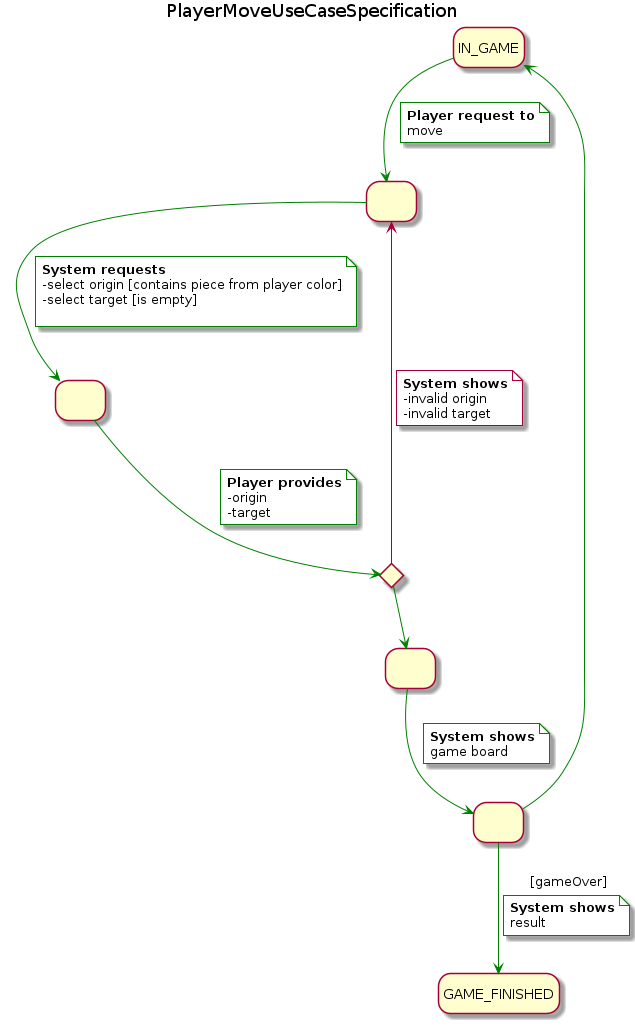
Earlier version of the PlantUML export docs/output/use-cases/specification/PlayerMoveUseCaseSpecification.png (Master-Desarrollo-20-21/patrones-diseno---practica-final---juego-de-las-damas-fraylopez).
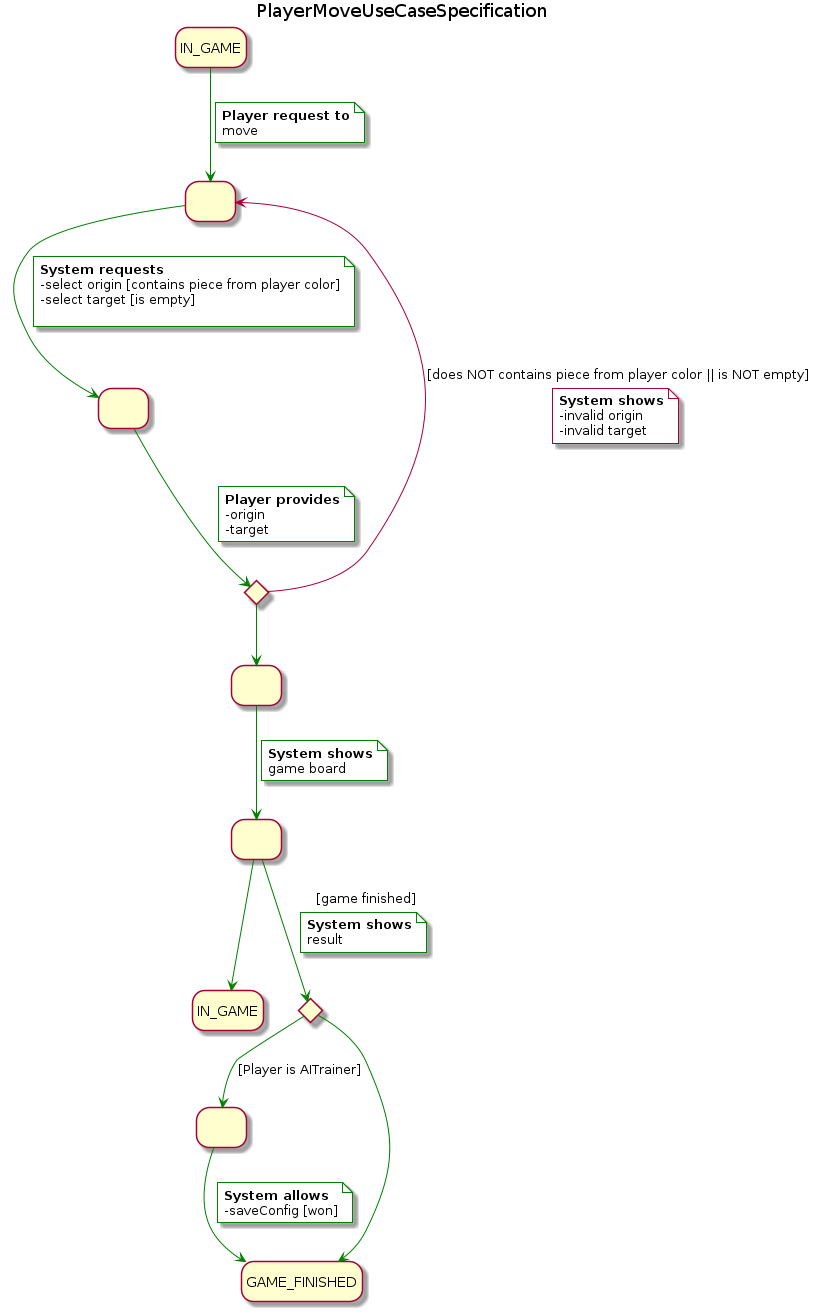
Above is the later version.

Diff of the diagram source:
```diff
@@ -3,11 +3,14 @@
 skinparam NoteBackgroundColor white
 hide empty description
 state IN_GAME as "IN_GAME"
+state IN_GAME_FINISH as "IN_GAME"
 state startedGame as " "
 state numberOfPlayers as " "
 state ifValidNumberOfPlayers <<choice>>
 state state1 as " "
 state state2 as " "
+state actorChoice <<choice>>
+state state3 as " "
 
 IN_GAME -[#green]-> startedGame
 note on link #white
@@ -27,7 +30,7 @@
   -origin
   -target
 end note
-ifValidNumberOfPlayers --> startedGame
+ifValidNumberOfPlayers --> startedGame : [does NOT contains piece from player color || is NOT empty]
 note on link
   <b>System shows
   -invalid origin
@@ -40,11 +43,18 @@
   <b>System shows
   game board
 end note
-state2 -[#green]-> GAME_FINISHED : [gameOver]
+state2 -[#green]-> actorChoice : [game finished]
 note on link
   <b>System shows
   result
 end note
-state2 -[#green]-> IN_GAME
+actorChoice -[#green]-> GAME_FINISHED
+actorChoice -[#green]-> state3: [Player is AITrainer]
+state3 -[#green]-> GAME_FINISHED
+note on link
+  <b>System allows
+  -saveConfig [won]
+end note
+state2 -[#green]-> IN_GAME_FINISH
 
 @enduml
```
